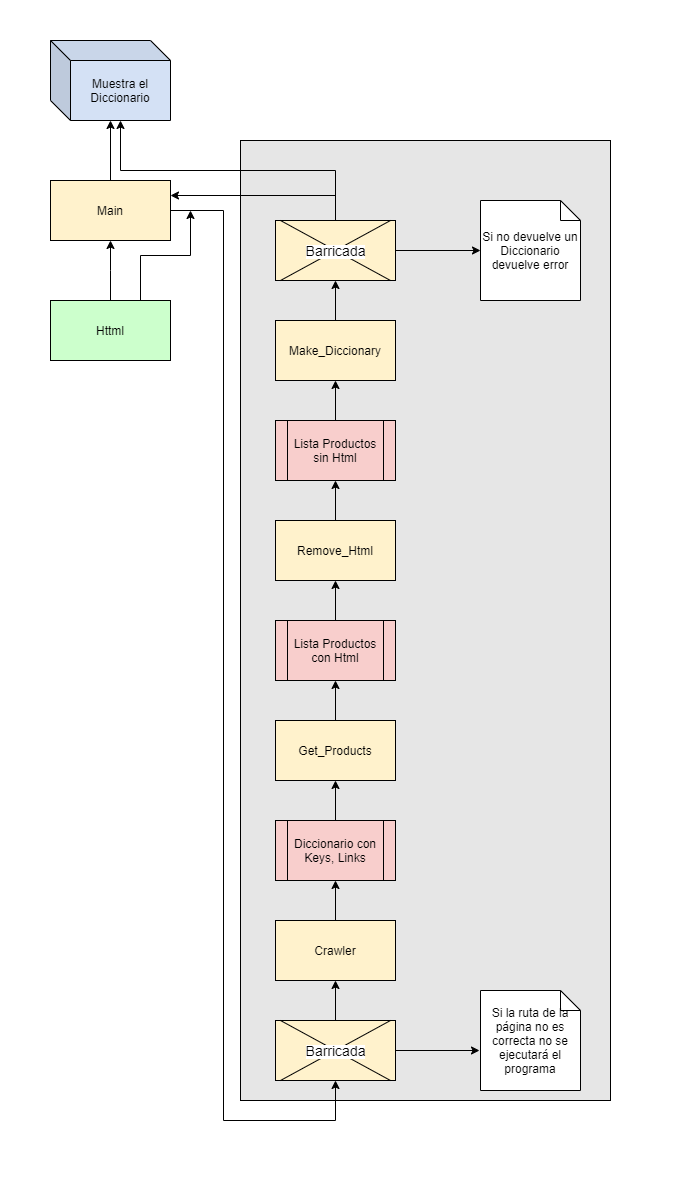
Before: Doc/Diagrama Arquitectura.png, a diagram exported from draw.io (gasparnovel/proyecto_transversal). Source tidied: cells renumbered, new cells last; positions are measured from the earlier drawing's top-left corner, leaving out a move shared by most shapes.
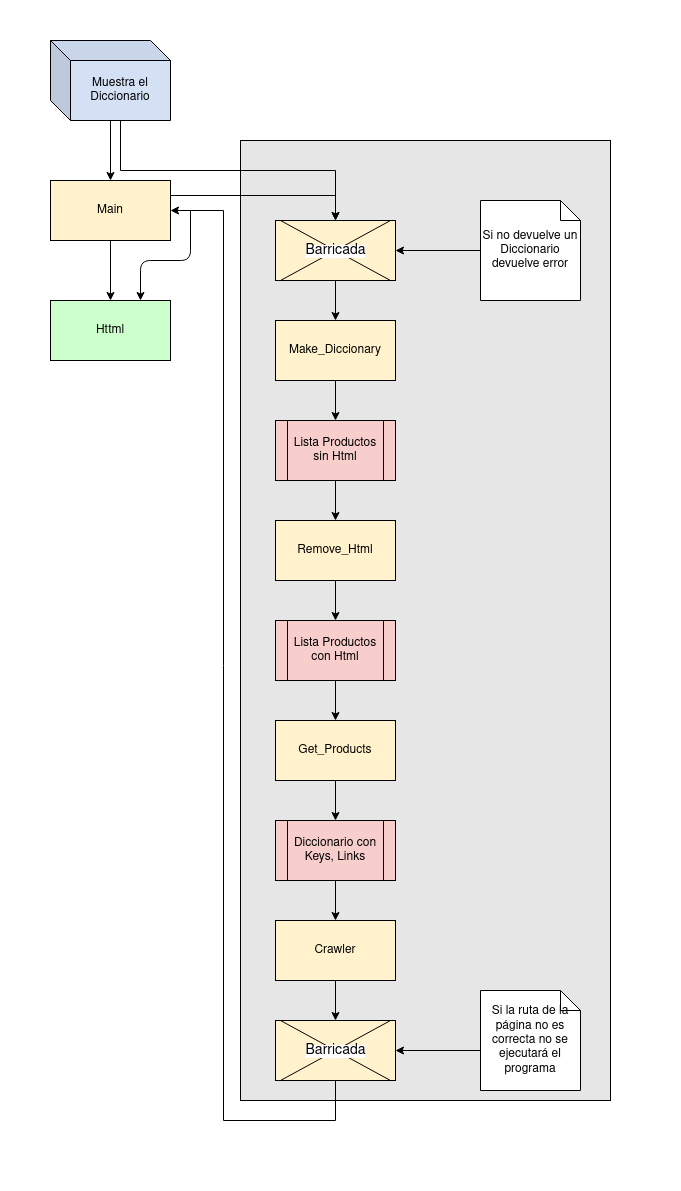
The same file after the commit.

Commit message:
docs: :bug: Correción diagrama arquitectura

The edit, as a diff of the source:
```diff
@@ -8,70 +8,51 @@
     <mxCell id="3" style="rounded=0;whiteSpace=wrap;html=1;fillColor=#E6E6E6;" parent="1" vertex="1">
       <mxGeometry x="240" y="140" width="370" height="960" as="geometry" />
     </mxCell>
-    <mxCell id="4" style="edgeStyle=orthogonalEdgeStyle;rounded=0;jettySize=auto;html=1;entryX=0.5;entryY=1;entryDx=0;entryDy=0;" parent="1" edge="1" source="6" target="16">
-      <mxGeometry relative="1" as="geometry">
-        <Array as="points">
-          <mxPoint x="110" y="270" />
-          <mxPoint x="110" y="270" />
-        </Array>
-      </mxGeometry>
-    </mxCell>
-    <mxCell id="5" style="edgeStyle=orthogonalEdgeStyle;rounded=0;jettySize=auto;html=1;exitX=0.75;exitY=0;exitDx=0;exitDy=0;" parent="1" edge="1" source="6">
-      <mxGeometry relative="1" as="geometry">
-        <mxPoint x="190" y="210" as="targetPoint" />
-      </mxGeometry>
-    </mxCell>
     <mxCell id="6" value="Httml" style="rounded=0;whiteSpace=wrap;html=1;fillColor=#CCFFCC;" parent="1" vertex="1">
       <mxGeometry x="50" y="300" width="120" height="60" as="geometry" />
     </mxCell>
-    <mxCell id="7" style="edgeStyle=orthogonalEdgeStyle;rounded=0;jettySize=auto;html=1;exitX=0.5;exitY=0;exitDx=0;exitDy=0;entryX=0.5;entryY=1;entryDx=0;entryDy=0;" parent="1" edge="1" source="8" target="28">
-      <mxGeometry relative="1" as="geometry" />
-    </mxCell>
+    <mxCell id="41" style="edgeStyle=orthogonalEdgeStyle;rounded=0;jettySize=auto;html=1;entryX=0.5;entryY=0;entryDx=0;entryDy=0;" parent="1" edge="1" source="8" target="26">
+      <mxGeometry relative="1" as="geometry" />
+    </mxCell>
     <mxCell id="8" value="Get_Products" style="rounded=0;whiteSpace=wrap;html=1;fillColor=#FFF2CC;" parent="1" vertex="1">
       <mxGeometry x="275" y="720" width="120" height="60" as="geometry" />
     </mxCell>
-    <mxCell id="9" style="edgeStyle=orthogonalEdgeStyle;rounded=0;jettySize=auto;html=1;exitX=0.5;exitY=0;exitDx=0;exitDy=0;entryX=0.5;entryY=1;entryDx=0;entryDy=0;" parent="1" edge="1" source="10" target="30">
-      <mxGeometry relative="1" as="geometry" />
-    </mxCell>
+    <mxCell id="42" style="edgeStyle=orthogonalEdgeStyle;rounded=0;jettySize=auto;html=1;exitX=0.5;exitY=1;exitDx=0;exitDy=0;" parent="1" edge="1" source="10" target="28">
+      <mxGeometry relative="1" as="geometry" />
+    </mxCell>
     <mxCell id="10" value="Remove_Html" style="rounded=0;whiteSpace=wrap;html=1;fillColor=#FFF2CC;" parent="1" vertex="1">
       <mxGeometry x="275" y="520" width="120" height="60" as="geometry" />
     </mxCell>
-    <mxCell id="11" style="edgeStyle=orthogonalEdgeStyle;rounded=0;jettySize=auto;html=1;exitX=0.5;exitY=0;exitDx=0;exitDy=0;entryX=0.5;entryY=1;entryDx=0;entryDy=0;" parent="1" edge="1" source="12" target="21">
-      <mxGeometry relative="1" as="geometry" />
-    </mxCell>
+    <mxCell id="43" style="edgeStyle=orthogonalEdgeStyle;rounded=0;jettySize=auto;html=1;" parent="1" edge="1" source="12" target="30">
+      <mxGeometry relative="1" as="geometry" />
+    </mxCell>
     <mxCell id="12" value="Make_Diccionary" style="rounded=0;whiteSpace=wrap;html=1;fillColor=#FFF2CC;" parent="1" vertex="1">
       <mxGeometry x="275" y="320" width="120" height="60" as="geometry" />
     </mxCell>
     <mxCell id="13" style="edgeStyle=orthogonalEdgeStyle;rounded=0;orthogonalLoop=1;jettySize=auto;html=1;exitX=0.5;exitY=1;exitDx=0;exitDy=0;" parent="1" edge="1" source="3" target="3">
       <mxGeometry relative="1" as="geometry" />
     </mxCell>
-    <mxCell id="14" style="edgeStyle=orthogonalEdgeStyle;rounded=0;jettySize=auto;html=1;exitX=0.5;exitY=0;exitDx=0;exitDy=0;entryX=0.5;entryY=1;entryDx=0;entryDy=0;" parent="1" edge="1" source="16">
-      <mxGeometry relative="1" as="geometry">
-        <mxPoint x="110" y="120" as="targetPoint" />
-      </mxGeometry>
-    </mxCell>
-    <mxCell id="15" style="edgeStyle=orthogonalEdgeStyle;rounded=0;jettySize=auto;html=1;entryX=0.5;entryY=1;entryDx=0;entryDy=0;" parent="1" edge="1" source="16" target="32">
-      <mxGeometry relative="1" as="geometry">
-        <Array as="points">
-          <mxPoint x="223" y="210" />
-          <mxPoint x="223" y="1120" />
-          <mxPoint x="335" y="1120" />
-        </Array>
-      </mxGeometry>
-    </mxCell>
+    <mxCell id="44" style="edgeStyle=orthogonalEdgeStyle;rounded=0;jettySize=auto;html=1;entryX=0.5;entryY=0;entryDx=0;entryDy=0;" parent="1" edge="1" source="16" target="6">
+      <mxGeometry relative="1" as="geometry" />
+    </mxCell>
+    <mxCell id="45" style="edgeStyle=orthogonalEdgeStyle;rounded=0;jettySize=auto;html=1;exitX=1;exitY=0.25;exitDx=0;exitDy=0;entryX=0.5;entryY=0;entryDx=0;entryDy=0;" parent="1" edge="1" source="16" target="21">
+      <mxGeometry relative="1" as="geometry" />
+    </mxCell>
     <mxCell id="16" value="Main" style="rounded=0;whiteSpace=wrap;html=1;fillColor=#FFF2CC;" parent="1" vertex="1">
       <mxGeometry x="50" y="180" width="120" height="60" as="geometry" />
     </mxCell>
+    <mxCell id="46" style="edgeStyle=orthogonalEdgeStyle;rounded=0;jettySize=auto;html=1;entryX=0.5;entryY=0;entryDx=0;entryDy=0;" parent="1" edge="1" source="17" target="32">
+      <mxGeometry relative="1" as="geometry" />
+    </mxCell>
     <mxCell id="17" value="Crawler" style="rounded=0;whiteSpace=wrap;html=1;fillColor=#FFF2CC;" parent="1" vertex="1">
       <mxGeometry x="275" y="920" width="120" height="60" as="geometry" />
     </mxCell>
-    <mxCell id="18" style="edgeStyle=orthogonalEdgeStyle;rounded=0;jettySize=auto;html=1;exitX=0.5;exitY=0;exitDx=0;exitDy=0;entryX=1;entryY=0.25;entryDx=0;entryDy=0;" parent="1" edge="1" source="21" target="16">
-      <mxGeometry relative="1" as="geometry">
-        <Array as="points">
-          <mxPoint x="335" y="195" />
-        </Array>
-      </mxGeometry>
-    </mxCell>
+    <mxCell id="47" style="edgeStyle=orthogonalEdgeStyle;rounded=0;jettySize=auto;html=1;" parent="1" edge="1" source="19" target="16">
+      <mxGeometry relative="1" as="geometry" />
+    </mxCell>
+    <mxCell id="48" style="edgeStyle=orthogonalEdgeStyle;rounded=0;jettySize=auto;html=1;exitX=0;exitY=0;exitDx=70;exitDy=80;exitPerimeter=0;" parent="1" edge="1" source="19" target="21">
+      <mxGeometry relative="1" as="geometry" />
+    </mxCell>
     <mxCell id="19" value="Muestra el Diccionario" style="shape=cube;whiteSpace=wrap;html=1;boundedLbl=1;backgroundOutline=1;darkOpacity=0.05;darkOpacity2=0.1;fillColor=#D4E1F5;" parent="1" vertex="1">
       <mxGeometry x="50" y="40" width="120" height="80" as="geometry" />
     </mxCell>
@@ -87,24 +68,21 @@
     <mxCell id="23" value="&lt;span style=&quot;background-color: rgb(255 , 255 , 255)&quot;&gt;&lt;font style=&quot;font-size: 14px&quot;&gt;Barricada&lt;/font&gt;&lt;/span&gt;" style="text;html=1;align=center;verticalAlign=middle;" parent="20" vertex="1">
       <mxGeometry x="20" y="20" width="80" height="20" as="geometry" />
     </mxCell>
-    <mxCell id="24" style="edgeStyle=orthogonalEdgeStyle;rounded=0;jettySize=auto;html=1;exitX=0.5;exitY=0;exitDx=0;exitDy=0;entryX=0;entryY=0;entryDx=70;entryDy=80;entryPerimeter=0;" parent="1" edge="1" source="21" target="19">
-      <mxGeometry relative="1" as="geometry" />
-    </mxCell>
-    <mxCell id="25" style="edgeStyle=orthogonalEdgeStyle;rounded=0;jettySize=auto;html=1;exitX=0.5;exitY=0;exitDx=0;exitDy=0;entryX=0.5;entryY=1;entryDx=0;entryDy=0;" parent="1" edge="1" source="26" target="8">
-      <mxGeometry relative="1" as="geometry" />
-    </mxCell>
+    <mxCell id="49" style="edgeStyle=orthogonalEdgeStyle;rounded=0;jettySize=auto;html=1;exitX=0.5;exitY=1;exitDx=0;exitDy=0;entryX=0.5;entryY=0;entryDx=0;entryDy=0;" parent="1" edge="1" source="26" target="17">
+      <mxGeometry relative="1" as="geometry" />
+    </mxCell>
     <mxCell id="26" value="Diccionario con Keys, Links" style="shape=process;whiteSpace=wrap;html=1;backgroundOutline=1;fillColor=#F8CECC;" parent="1" vertex="1">
       <mxGeometry x="275" y="820" width="120" height="60" as="geometry" />
     </mxCell>
-    <mxCell id="27" style="edgeStyle=orthogonalEdgeStyle;rounded=0;jettySize=auto;html=1;exitX=0.5;exitY=0;exitDx=0;exitDy=0;entryX=0.5;entryY=1;entryDx=0;entryDy=0;" parent="1" edge="1" source="28" target="10">
-      <mxGeometry relative="1" as="geometry" />
-    </mxCell>
+    <mxCell id="50" style="edgeStyle=orthogonalEdgeStyle;rounded=0;jettySize=auto;html=1;entryX=0.5;entryY=0;entryDx=0;entryDy=0;" parent="1" edge="1" source="28" target="8">
+      <mxGeometry relative="1" as="geometry" />
+    </mxCell>
     <mxCell id="28" value="Lista Productos con Html" style="shape=process;whiteSpace=wrap;html=1;backgroundOutline=1;fillColor=#F8CECC;" parent="1" vertex="1">
       <mxGeometry x="275" y="620" width="120" height="60" as="geometry" />
     </mxCell>
-    <mxCell id="29" style="edgeStyle=orthogonalEdgeStyle;rounded=0;jettySize=auto;html=1;exitX=0.5;exitY=0;exitDx=0;exitDy=0;entryX=0.5;entryY=1;entryDx=0;entryDy=0;" parent="1" edge="1" source="30" target="12">
-      <mxGeometry relative="1" as="geometry" />
-    </mxCell>
+    <mxCell id="51" style="edgeStyle=orthogonalEdgeStyle;rounded=0;jettySize=auto;html=1;" parent="1" edge="1" source="30" target="10">
+      <mxGeometry relative="1" as="geometry" />
+    </mxCell>
     <mxCell id="30" value="Lista Productos sin Html" style="shape=process;whiteSpace=wrap;html=1;backgroundOutline=1;fillColor=#F8CECC;" parent="1" vertex="1">
       <mxGeometry x="275" y="420" width="120" height="60" as="geometry" />
     </mxCell>
@@ -120,23 +98,43 @@
     <mxCell id="34" value="&lt;span style=&quot;background-color: rgb(255 , 255 , 255)&quot;&gt;&lt;font style=&quot;font-size: 14px&quot;&gt;Barricada&lt;/font&gt;&lt;/span&gt;" style="text;html=1;align=center;verticalAlign=middle;" parent="31" vertex="1">
       <mxGeometry x="20" y="20" width="80" height="20" as="geometry" />
     </mxCell>
-    <mxCell id="35" style="edgeStyle=orthogonalEdgeStyle;rounded=0;jettySize=auto;html=1;exitX=0.5;exitY=0;exitDx=0;exitDy=0;entryX=0.5;entryY=1;entryDx=0;entryDy=0;" parent="1" edge="1" source="32" target="17">
-      <mxGeometry relative="1" as="geometry" />
-    </mxCell>
-    <mxCell id="36" style="edgeStyle=orthogonalEdgeStyle;rounded=0;jettySize=auto;html=1;exitX=0.5;exitY=0;exitDx=0;exitDy=0;entryX=0.5;entryY=1;entryDx=0;entryDy=0;" parent="1" edge="1" source="17" target="26">
-      <mxGeometry relative="1" as="geometry" />
-    </mxCell>
+    <mxCell id="52" style="edgeStyle=orthogonalEdgeStyle;rounded=0;jettySize=auto;html=1;exitX=0;exitY=0.5;exitDx=0;exitDy=0;exitPerimeter=0;" parent="1" edge="1" source="37">
+      <mxGeometry relative="1" as="geometry">
+        <mxPoint x="395" y="1050" as="targetPoint" />
+        <Array as="points">
+          <mxPoint x="480" y="1050" />
+        </Array>
+      </mxGeometry>
+    </mxCell>
     <mxCell id="37" value="Si la ruta de la página no es correcta no se ejecutará el programa" style="shape=note;size=20;whiteSpace=wrap;html=1;fillColor=#FFFFFF;" parent="1" vertex="1">
       <mxGeometry x="480" y="990" width="100" height="100" as="geometry" />
     </mxCell>
+    <mxCell id="53" style="edgeStyle=orthogonalEdgeStyle;rounded=0;jettySize=auto;html=1;exitX=0;exitY=0.5;exitDx=0;exitDy=0;exitPerimeter=0;entryX=1;entryY=0.5;entryDx=0;entryDy=0;" parent="1" edge="1" source="38" target="21">
+      <mxGeometry relative="1" as="geometry" />
+    </mxCell>
     <mxCell id="38" value="Si no devuelve un Diccionario devuelve error" style="shape=note;size=20;whiteSpace=wrap;html=1;fillColor=#FFFFFF;" parent="1" vertex="1">
       <mxGeometry x="480" y="200" width="100" height="100" as="geometry" />
     </mxCell>
-    <mxCell id="39" style="edgeStyle=orthogonalEdgeStyle;rounded=0;jettySize=auto;html=1;exitX=1;exitY=0.5;exitDx=0;exitDy=0;entryX=0;entryY=0.5;entryDx=0;entryDy=0;entryPerimeter=0;" parent="1" edge="1" source="21" target="38">
-      <mxGeometry relative="1" as="geometry" />
-    </mxCell>
-    <mxCell id="40" style="edgeStyle=orthogonalEdgeStyle;rounded=0;jettySize=auto;html=1;exitX=1;exitY=0.5;exitDx=0;exitDy=0;entryX=-0.01;entryY=0.6;entryDx=0;entryDy=0;entryPerimeter=0;" parent="1" edge="1" source="32" target="37">
-      <mxGeometry relative="1" as="geometry" />
-    </mxCell>
+    <mxCell id="54" style="endArrow=classic;html=1;entryX=0.75;entryY=0;entryDx=0;entryDy=0;" parent="1" edge="1" target="6">
+      <mxGeometry relative="1" as="geometry">
+        <mxPoint x="190" y="210" as="sourcePoint" />
+        <Array as="points">
+          <mxPoint x="190" y="260" />
+          <mxPoint x="140" y="260" />
+        </Array>
+      </mxGeometry>
+    </mxCell>
+    <mxCell id="55" style="edgeStyle=orthogonalEdgeStyle;rounded=0;jettySize=auto;html=1;entryX=1;entryY=0.5;entryDx=0;entryDy=0;" parent="1" edge="1" source="32" target="16">
+      <mxGeometry relative="1" as="geometry">
+        <Array as="points">
+          <mxPoint x="335" y="1120" />
+          <mxPoint x="223" y="1120" />
+          <mxPoint x="223" y="210" />
+        </Array>
+      </mxGeometry>
+    </mxCell>
+    <mxCell id="56" style="edgeStyle=orthogonalEdgeStyle;rounded=0;jettySize=auto;html=1;entryX=0.5;entryY=0;entryDx=0;entryDy=0;" parent="1" edge="1" source="21" target="12">
+      <mxGeometry relative="1" as="geometry" />
+    </mxCell>
   </root>
 </mxGraphModel>
```
